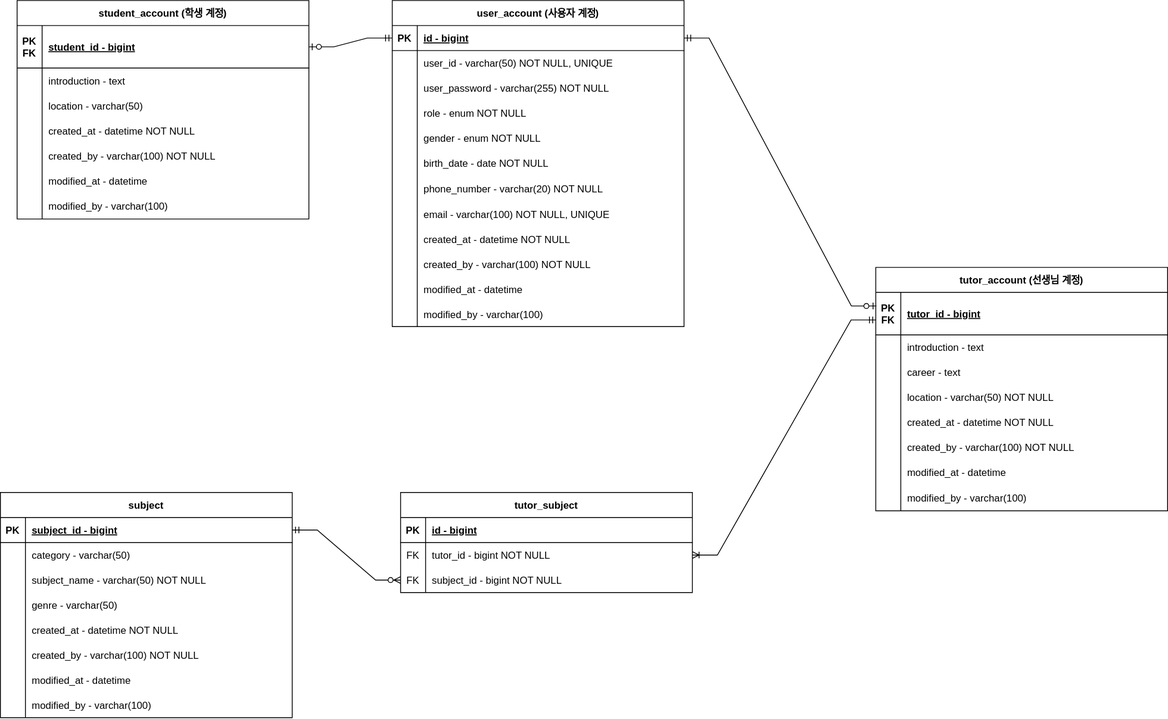
Above: document/ERD.svg in yoojanghun/lesson-matching-platform (draw.io), before the change. Source tidied: cells renumbered, new cells last; positions are measured from the earlier drawing's top-left corner, leaving out a move shared by most shapes.
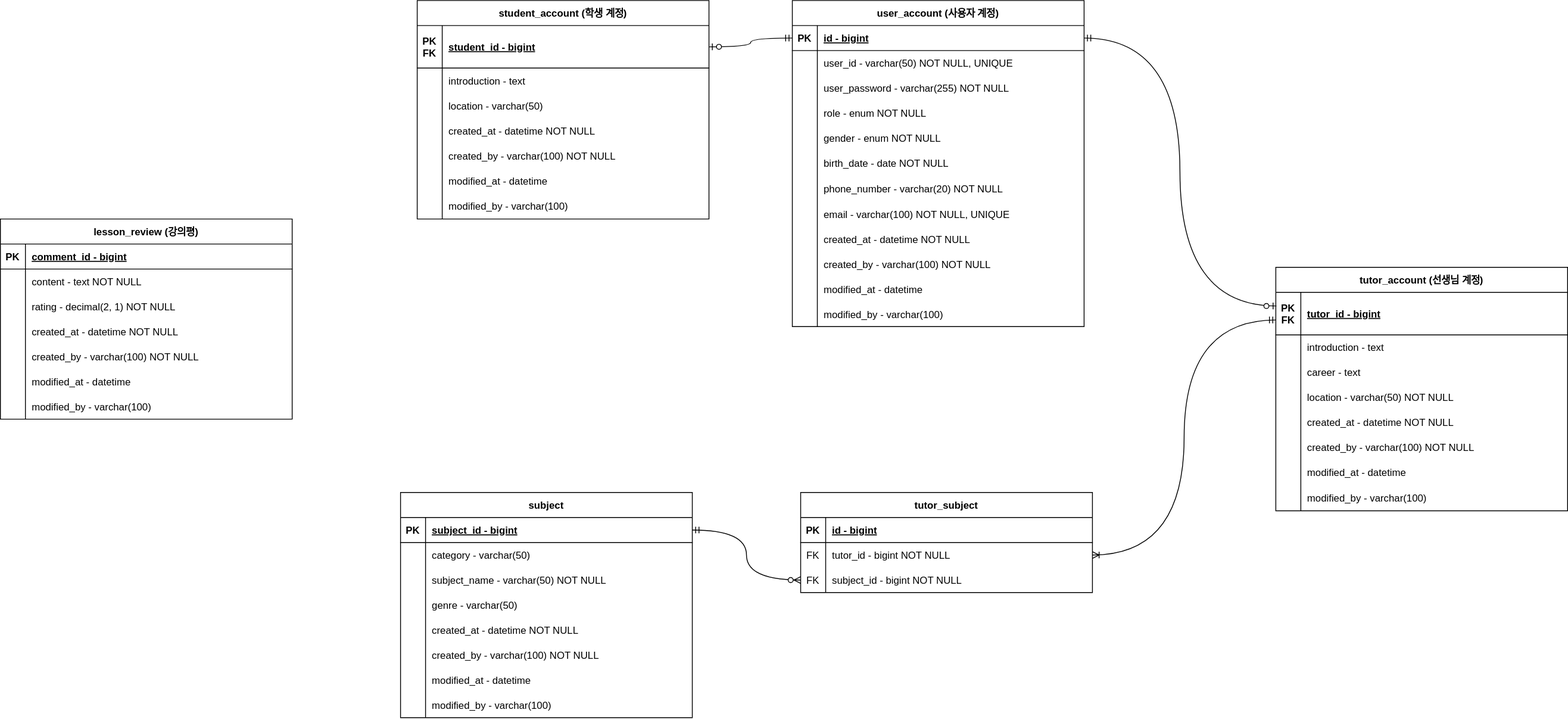
Later version of the same file.

Commit message:
ERD에서 lesson_review entity 생성

What changed in the source:
```diff
@@ -188,7 +188,7 @@
     <mxCell id="63" value="modified_by - varchar(100)" style="shape=partialRectangle;overflow=hidden;fillColor=none;top=0;left=0;bottom=0;right=0;align=left;spacingLeft=6;" parent="61" vertex="1">
       <mxGeometry x="30" width="320" height="31" as="geometry" />
     </mxCell>
-    <mxCell id="64" style="edgeStyle=entityRelationEdgeStyle;fontSize=12;html=1;endArrow=ERzeroToOne;startArrow=ERmandOne;rounded=0;exitX=1;exitY=0.5;exitDx=0;exitDy=0;entryX=0.002;entryY=0.32;entryDx=0;entryDy=0;entryPerimeter=0;" parent="1" edge="1" source="3" target="40">
+    <mxCell id="64" style="edgeStyle=orthogonalEdgeStyle;fontSize=12;html=1;endArrow=ERzeroToOne;startArrow=ERmandOne;rounded=0;exitX=1;exitY=0.5;exitDx=0;exitDy=0;entryX=0.002;entryY=0.32;entryDx=0;entryDy=0;entryPerimeter=0;curved=1;" parent="1" edge="1" source="3" target="40">
       <mxGeometry relative="1" as="geometry" />
     </mxCell>
     <mxCell id="65" value="student_account (학생 계정)" style="shape=table;startSize=30;rowLines=0;fontStyle=1;align=center;" parent="1" vertex="1">
@@ -257,7 +257,7 @@
     <mxCell id="86" value="modified_by - varchar(100)" style="shape=partialRectangle;overflow=hidden;fillColor=none;top=0;left=0;bottom=0;right=0;align=left;spacingLeft=6;" parent="84" vertex="1">
       <mxGeometry x="30" width="320" height="31" as="geometry" />
     </mxCell>
-    <mxCell id="87" style="edgeStyle=entityRelationEdgeStyle;fontSize=12;html=1;endArrow=ERzeroToOne;startArrow=ERmandOne;rounded=0;exitX=0;exitY=0.5;exitDx=0;exitDy=0;entryX=1;entryY=0.5;entryDx=0;entryDy=0;" parent="1" edge="1" source="3" target="66">
+    <mxCell id="87" style="edgeStyle=orthogonalEdgeStyle;fontSize=12;html=1;endArrow=ERzeroToOne;startArrow=ERmandOne;rounded=0;exitX=0;exitY=0.5;exitDx=0;exitDy=0;entryX=1;entryY=0.5;entryDx=0;entryDy=0;curved=1;" parent="1" edge="1" source="3" target="66">
       <mxGeometry relative="1" as="geometry" />
     </mxCell>
     <mxCell id="88" value="subject" style="shape=table;startSize=30;rowLines=0;fontStyle=1;align=center;" parent="1" vertex="1">
@@ -365,11 +365,77 @@
     <mxCell id="122" value="subject_id - bigint NOT NULL" style="shape=partialRectangle;overflow=hidden;fillColor=none;top=0;left=0;bottom=0;right=0;align=left;spacingLeft=6;" parent="120" vertex="1">
       <mxGeometry x="30" width="320" height="30" as="geometry" />
     </mxCell>
-    <mxCell id="123" style="edgeStyle=entityRelationEdgeStyle;fontSize=12;html=1;endArrow=ERoneToMany;startArrow=ERmandOne;rounded=0;exitX=0.001;exitY=0.648;exitDx=0;exitDy=0;entryX=1;entryY=0.5;entryDx=0;entryDy=0;exitPerimeter=0;" parent="1" edge="1" source="40" target="117">
+    <mxCell id="123" style="edgeStyle=orthogonalEdgeStyle;fontSize=12;html=1;endArrow=ERoneToMany;startArrow=ERmandOne;rounded=0;exitX=0.001;exitY=0.648;exitDx=0;exitDy=0;entryX=1;entryY=0.5;entryDx=0;entryDy=0;exitPerimeter=0;curved=1;" parent="1" edge="1" source="40" target="117">
       <mxGeometry relative="1" as="geometry" />
     </mxCell>
-    <mxCell id="124" style="edgeStyle=entityRelationEdgeStyle;fontSize=12;html=1;endArrow=ERzeroToMany;startArrow=ERmandOne;rounded=0;exitX=1;exitY=0.5;exitDx=0;exitDy=0;entryX=0;entryY=0.5;entryDx=0;entryDy=0;" parent="1" edge="1" source="89" target="120">
+    <mxCell id="124" style="edgeStyle=orthogonalEdgeStyle;fontSize=12;html=1;endArrow=ERzeroToMany;startArrow=ERmandOne;rounded=0;exitX=1;exitY=0.5;exitDx=0;exitDy=0;entryX=0;entryY=0.5;entryDx=0;entryDy=0;curved=1;" parent="1" edge="1" source="89" target="120">
       <mxGeometry relative="1" as="geometry" />
     </mxCell>
+    <mxCell id="125" value="lesson_review (강의평)" style="shape=table;startSize=30;rowLines=0;fontStyle=1;align=center;" parent="1" vertex="1">
+      <mxGeometry x="-480" y="262" width="350" height="240" as="geometry" />
+    </mxCell>
+    <mxCell id="126" style="shape=partialRectangle;fillColor=none;top=0;left=0;right=0;bottom=1;" parent="125" vertex="1">
+      <mxGeometry y="30" width="350" height="30" as="geometry" />
+    </mxCell>
+    <mxCell id="127" value="PK" style="shape=partialRectangle;overflow=hidden;fillColor=none;top=0;left=0;bottom=0;right=0;fontStyle=1;" parent="126" vertex="1">
+      <mxGeometry width="30" height="30" as="geometry" />
+    </mxCell>
+    <mxCell id="128" value="comment_id - bigint" style="shape=partialRectangle;overflow=hidden;fillColor=none;top=0;left=0;bottom=0;right=0;align=left;spacingLeft=6;fontStyle=5;" parent="126" vertex="1">
+      <mxGeometry x="30" width="320" height="30" as="geometry" />
+    </mxCell>
+    <mxCell id="129" style="shape=partialRectangle;fillColor=none;top=0;left=0;right=0;bottom=0;" parent="125" vertex="1">
+      <mxGeometry y="60" width="350" height="30" as="geometry" />
+    </mxCell>
+    <mxCell id="130" style="shape=partialRectangle;overflow=hidden;fillColor=none;top=0;left=0;bottom=0;right=0;" parent="129" vertex="1">
+      <mxGeometry width="30" height="30" as="geometry" />
+    </mxCell>
+    <mxCell id="131" value="content - text NOT NULL" style="shape=partialRectangle;overflow=hidden;fillColor=none;top=0;left=0;bottom=0;right=0;align=left;spacingLeft=6;" parent="129" vertex="1">
+      <mxGeometry x="30" width="320" height="30" as="geometry" />
+    </mxCell>
+    <mxCell id="132" style="shape=partialRectangle;fillColor=none;top=0;left=0;right=0;bottom=0;" parent="125" vertex="1">
+      <mxGeometry y="90" width="350" height="30" as="geometry" />
+    </mxCell>
+    <mxCell id="133" style="shape=partialRectangle;overflow=hidden;fillColor=none;top=0;left=0;bottom=0;right=0;" parent="132" vertex="1">
+      <mxGeometry width="30" height="30" as="geometry" />
+    </mxCell>
+    <mxCell id="134" value="rating - decimal(2, 1) NOT NULL" style="shape=partialRectangle;overflow=hidden;fillColor=none;top=0;left=0;bottom=0;right=0;align=left;spacingLeft=6;" parent="132" vertex="1">
+      <mxGeometry x="30" width="320" height="30" as="geometry" />
+    </mxCell>
+    <mxCell id="135" style="shape=partialRectangle;fillColor=none;top=0;left=0;right=0;bottom=0;" parent="125" vertex="1">
+      <mxGeometry y="120" width="350" height="30" as="geometry" />
+    </mxCell>
+    <mxCell id="136" style="shape=partialRectangle;overflow=hidden;fillColor=none;top=0;left=0;bottom=0;right=0;" parent="135" vertex="1">
+      <mxGeometry width="30" height="30" as="geometry" />
+    </mxCell>
+    <mxCell id="137" value="created_at - datetime NOT NULL" style="shape=partialRectangle;overflow=hidden;fillColor=none;top=0;left=0;bottom=0;right=0;align=left;spacingLeft=6;" parent="135" vertex="1">
+      <mxGeometry x="30" width="320" height="30" as="geometry" />
+    </mxCell>
+    <mxCell id="138" style="shape=partialRectangle;fillColor=none;top=0;left=0;right=0;bottom=0;" parent="125" vertex="1">
+      <mxGeometry y="150" width="350" height="30" as="geometry" />
+    </mxCell>
+    <mxCell id="139" style="shape=partialRectangle;overflow=hidden;fillColor=none;top=0;left=0;bottom=0;right=0;" parent="138" vertex="1">
+      <mxGeometry width="30" height="30" as="geometry" />
+    </mxCell>
+    <mxCell id="140" value="created_by - varchar(100) NOT NULL" style="shape=partialRectangle;overflow=hidden;fillColor=none;top=0;left=0;bottom=0;right=0;align=left;spacingLeft=6;" parent="138" vertex="1">
+      <mxGeometry x="30" width="320" height="30" as="geometry" />
+    </mxCell>
+    <mxCell id="141" style="shape=partialRectangle;fillColor=none;top=0;left=0;right=0;bottom=0;" parent="125" vertex="1">
+      <mxGeometry y="180" width="350" height="30" as="geometry" />
+    </mxCell>
+    <mxCell id="142" style="shape=partialRectangle;overflow=hidden;fillColor=none;top=0;left=0;bottom=0;right=0;" parent="141" vertex="1">
+      <mxGeometry width="30" height="30" as="geometry" />
+    </mxCell>
+    <mxCell id="143" value="modified_at - datetime" style="shape=partialRectangle;overflow=hidden;fillColor=none;top=0;left=0;bottom=0;right=0;align=left;spacingLeft=6;" parent="141" vertex="1">
+      <mxGeometry x="30" width="320" height="30" as="geometry" />
+    </mxCell>
+    <mxCell id="144" style="shape=partialRectangle;fillColor=none;top=0;left=0;right=0;bottom=0;" parent="125" vertex="1">
+      <mxGeometry y="210" width="350" height="30" as="geometry" />
+    </mxCell>
+    <mxCell id="145" style="shape=partialRectangle;overflow=hidden;fillColor=none;top=0;left=0;bottom=0;right=0;" parent="144" vertex="1">
+      <mxGeometry width="30" height="30" as="geometry" />
+    </mxCell>
+    <mxCell id="146" value="modified_by - varchar(100)" style="shape=partialRectangle;overflow=hidden;fillColor=none;top=0;left=0;bottom=0;right=0;align=left;spacingLeft=6;" parent="144" vertex="1">
+      <mxGeometry x="30" width="320" height="30" as="geometry" />
+    </mxCell>
   </root>
 </mxGraphModel>
```
